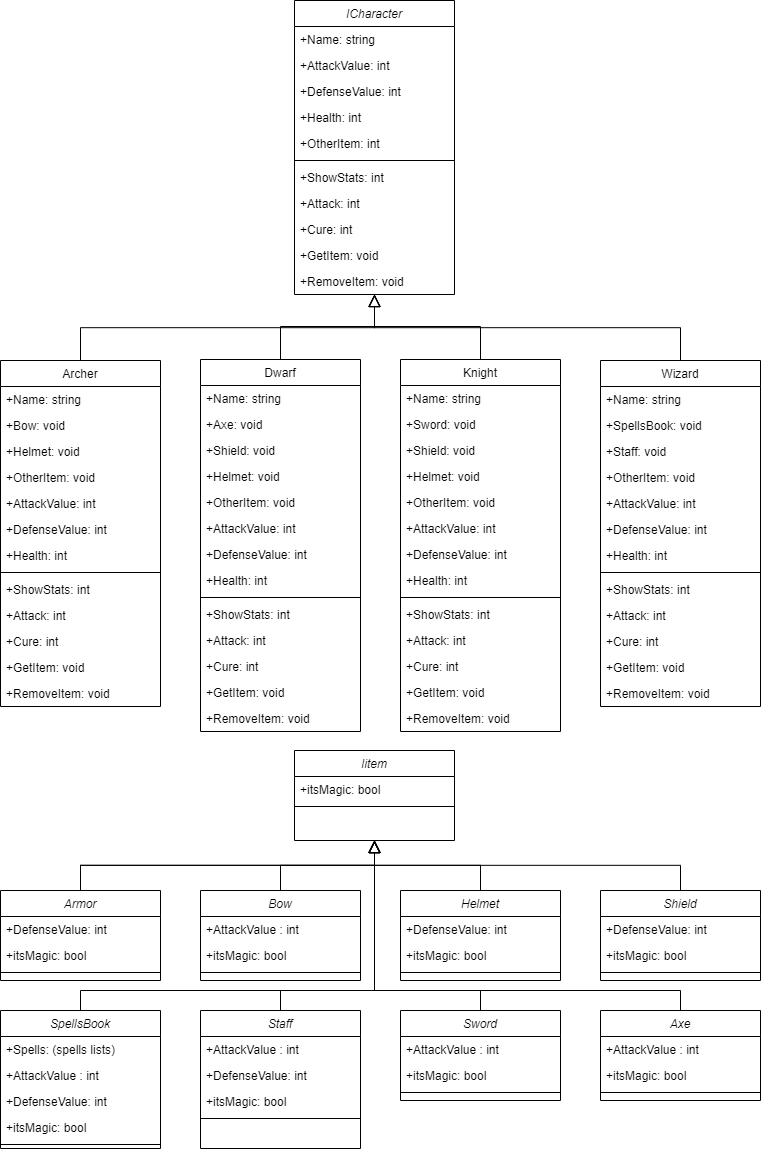
Earlier version of the draw.io export Diagrama de clases.drawio.png (juanmartinezjorcin/Roleplay-p2). Source tidied: cells renumbered, new cells last; positions are measured from the earlier drawing's top-left corner, leaving out a move shared by most shapes.
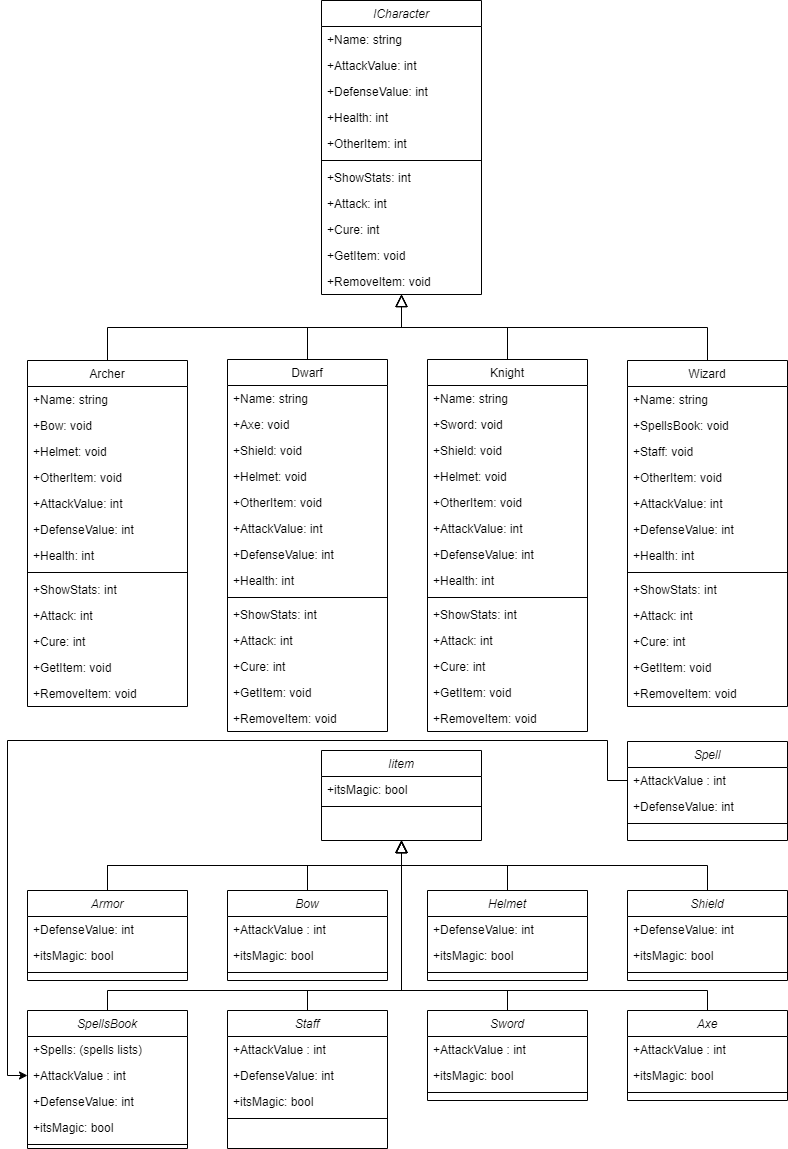
After the commit.

The edit, as a diff of the source:
```diff
@@ -401,5 +401,27 @@
         </Array>
       </mxGeometry>
     </mxCell>
+    <mxCell id="123" value="Spell" style="swimlane;fontStyle=2;align=center;verticalAlign=top;horizontal=1;startSize=26;rounded=0;shadow=0;strokeWidth=1;" parent="1" vertex="1">
+      <mxGeometry x="600" y="741" width="160" height="99" as="geometry" />
+    </mxCell>
+    <mxCell id="124" value="+AttackValue : int" style="text;align=left;verticalAlign=top;spacingLeft=4;spacingRight=4;overflow=hidden;points=[[0,0.5],[1,0.5]];portConstraint=eastwest;" parent="123" vertex="1">
+      <mxGeometry y="26" width="160" height="26" as="geometry" />
+    </mxCell>
+    <mxCell id="125" value="+DefenseValue: int" style="text;align=left;verticalAlign=top;spacingLeft=4;spacingRight=4;overflow=hidden;" parent="123" vertex="1">
+      <mxGeometry y="52" width="160" height="26" as="geometry" />
+    </mxCell>
+    <mxCell id="126" style="line;html=1;strokeWidth=1;align=left;verticalAlign=middle;spacingTop=-1;spacingLeft=3;spacingRight=3;labelPosition=right;" parent="123" vertex="1">
+      <mxGeometry y="78" width="160" height="8" as="geometry" />
+    </mxCell>
+    <mxCell id="127" style="endArrow=classic;html=1;rounded=0;exitX=0;exitY=0.5;exitDx=0;exitDy=0;entryX=0;entryY=0.5;entryDx=0;entryDy=0;" parent="1" edge="1" source="124" target="97">
+      <mxGeometry relative="1" as="geometry">
+        <Array as="points">
+          <mxPoint x="580" y="780" />
+          <mxPoint x="580" y="740" />
+          <mxPoint x="-20" y="740" />
+          <mxPoint x="-20" y="1075" />
+        </Array>
+      </mxGeometry>
+    </mxCell>
   </root>
 </mxGraphModel>
```
